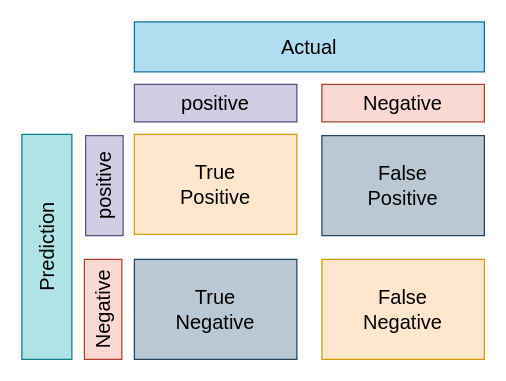
Before: confusion_matrics.drawio in puresummersky/ML_web, a draw.io diagram. Source tidied: cells renumbered, new cells numbered last; positions are measured from the earlier drawing's top-left corner, leaving out a move shared by most shapes. Both pictures are drawn from the tidied source at 125%, with x=0, y=0 at pixel (-66, 21).
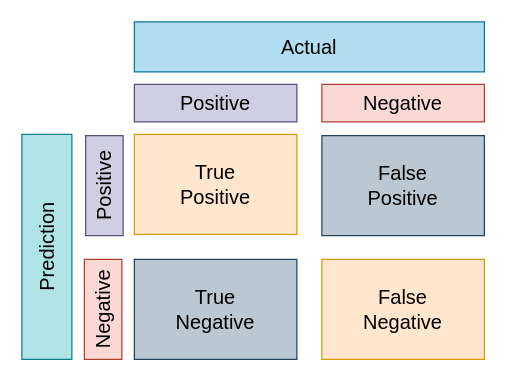
The same diagram, later.

Diff of the diagram source:
```diff
@@
 <mxGraphModel>
   <root>
     <mxCell id="0" />
     <mxCell id="1" parent="0" />
     <mxCell id="2" value="&lt;font style=&quot;font-size: 16px;&quot;&gt;Actual&lt;/font&gt;" style="rounded=0;whiteSpace=wrap;html=1;fontSize=16;fillColor=#b1ddf0;strokeColor=#10739e;" parent="1" vertex="1">
       <mxGeometry x="160" width="280" height="40" as="geometry" />
     </mxCell>
     <mxCell id="3" value="&lt;font style=&quot;font-size: 16px;&quot;&gt;Prediction&lt;/font&gt;" style="rounded=0;whiteSpace=wrap;html=1;rotation=-90;fontSize=16;fillColor=#b0e3e6;strokeColor=#0e8088;" parent="1" vertex="1">
       <mxGeometry y="160" width="180" height="40" as="geometry" />
     </mxCell>
-    <mxCell id="4" value="&lt;font style=&quot;font-size: 16px;&quot;&gt;positive&lt;/font&gt;" style="rounded=0;whiteSpace=wrap;html=1;fontSize=16;fillColor=#d0cee2;strokeColor=#56517e;" parent="1" vertex="1">
+    <mxCell id="4" value="&lt;font style=&quot;font-size: 16px;&quot;&gt;Positive&lt;/font&gt;" style="rounded=0;whiteSpace=wrap;html=1;fontSize=16;fillColor=#d0cee2;strokeColor=#56517e;" parent="1" vertex="1">
       <mxGeometry x="160" y="50" width="130" height="30" as="geometry" />
     </mxCell>
     <mxCell id="5" value="&lt;font style=&quot;font-size: 16px;&quot;&gt;Negative&lt;/font&gt;" style="rounded=0;whiteSpace=wrap;html=1;fontSize=16;fillColor=#fad9d5;strokeColor=#ae4132;" parent="1" vertex="1">
       <mxGeometry x="310" y="50" width="130" height="30" as="geometry" />
     </mxCell>
-    <mxCell id="6" value="&lt;font style=&quot;font-size: 16px;&quot;&gt;positive&lt;/font&gt;" style="rounded=0;whiteSpace=wrap;html=1;fontSize=16;rotation=-90;fillColor=#d0cee2;strokeColor=#56517e;" parent="1" vertex="1">
+    <mxCell id="6" value="&lt;font style=&quot;font-size: 16px;&quot;&gt;Positive&lt;/font&gt;" style="rounded=0;whiteSpace=wrap;html=1;fontSize=16;rotation=-90;fillColor=#d0cee2;strokeColor=#56517e;" parent="1" vertex="1">
       <mxGeometry x="96" y="116" width="80" height="30" as="geometry" />
     </mxCell>
     <mxCell id="7" value="&lt;font style=&quot;font-size: 16px;&quot;&gt;Negative&lt;/font&gt;" style="rounded=0;whiteSpace=wrap;html=1;fontSize=16;rotation=-90;fillColor=#fad9d5;strokeColor=#ae4132;" parent="1" vertex="1">
       <mxGeometry x="95" y="215" width="80" height="30" as="geometry" />
     </mxCell>
     <mxCell id="8" value="&lt;div style=&quot;font-size: 16px;&quot;&gt;&lt;font style=&quot;font-size: 16px;&quot;&gt;True&lt;/font&gt;&lt;/div&gt;&lt;div style=&quot;font-size: 16px;&quot;&gt;&lt;font style=&quot;font-size: 16px;&quot;&gt;Positive&lt;br style=&quot;font-size: 16px;&quot;&gt;&lt;/font&gt;&lt;/div&gt;" style="rounded=0;whiteSpace=wrap;html=1;fontSize=16;fillColor=#ffe6cc;strokeColor=#d79b00;" parent="1" vertex="1">
       <mxGeometry x="160" y="90" width="130" height="80" as="geometry" />
     </mxCell>
     <mxCell id="9" value="False&lt;br style=&quot;font-size: 16px;&quot;&gt;&lt;div style=&quot;font-size: 16px;&quot;&gt;&lt;font style=&quot;font-size: 16px;&quot;&gt;Positive&lt;br style=&quot;font-size: 16px;&quot;&gt;&lt;/font&gt;&lt;/div&gt;" style="rounded=0;whiteSpace=wrap;html=1;fontSize=16;fillColor=#bac8d3;strokeColor=#23445d;" parent="1" vertex="1">
       <mxGeometry x="310" y="91" width="130" height="80" as="geometry" />
     </mxCell>
     <mxCell id="10" value="&lt;div style=&quot;font-size: 16px;&quot;&gt;&lt;font style=&quot;font-size: 16px;&quot;&gt;True&lt;/font&gt;&lt;/div&gt;Negative" style="rounded=0;whiteSpace=wrap;html=1;fontSize=16;fillColor=#bac8d3;strokeColor=#23445d;" parent="1" vertex="1">
       <mxGeometry x="160" y="190" width="130" height="80" as="geometry" />
     </mxCell>
     <mxCell id="11" value="&lt;div style=&quot;font-size: 16px;&quot;&gt;&lt;font style=&quot;font-size: 16px;&quot;&gt;False&lt;/font&gt;&lt;/div&gt;Negative" style="rounded=0;whiteSpace=wrap;html=1;fontSize=16;fillColor=#ffe6cc;strokeColor=#d79b00;" parent="1" vertex="1">
       <mxGeometry x="310" y="190" width="130" height="80" as="geometry" />
     </mxCell>
   </root>
 </mxGraphModel>
```
